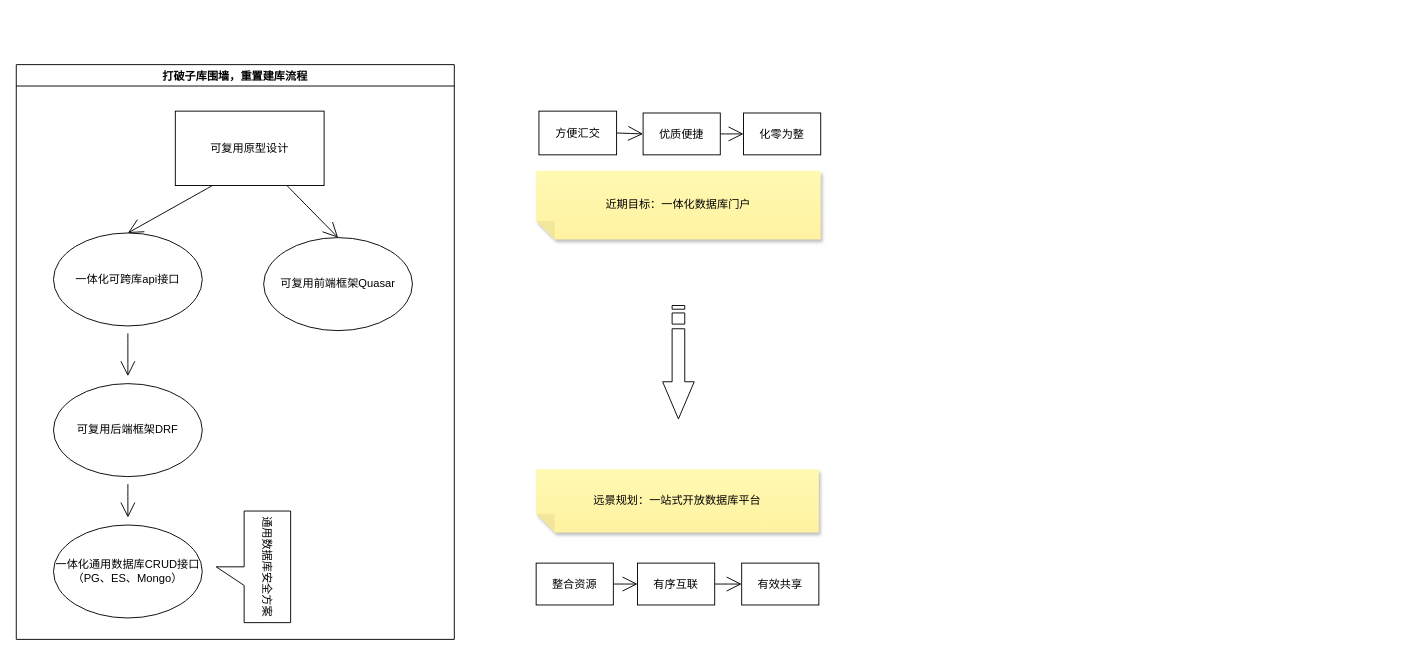
Earlier version of the draw.io diagram Untitled Diagram.drawio (horizon365/LiveWithPython). Source tidied: cells renumbered, new cells numbered last; positions are measured from the earlier drawing's top-left corner, leaving out a move shared by most shapes. Both pictures are drawn from the tidied source at 93%, with x=0, y=0 at pixel (16, 64).
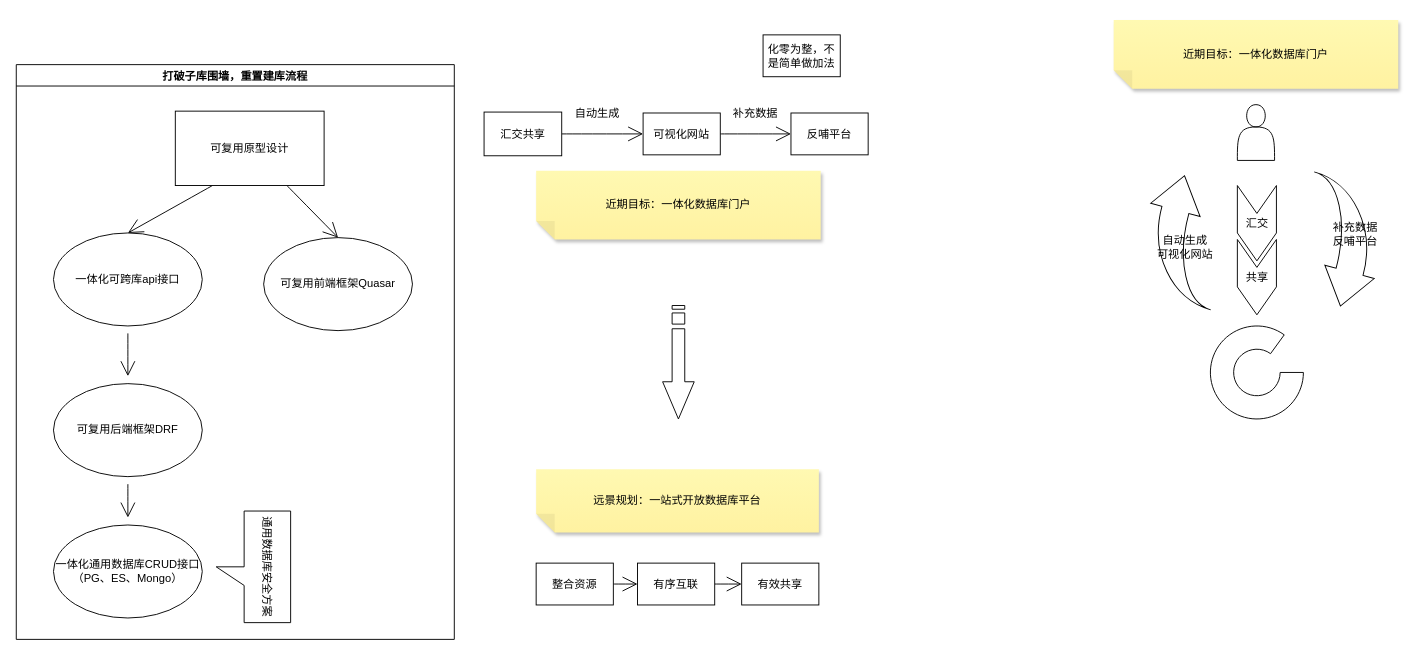
After the change.

The edit, as a diff of the source:
```diff
@@
-    <mxCell id="18" value="化零为整" style="rounded=0;whiteSpace=wrap;html=1;hachureGap=4;" parent="1" vertex="1">
-      <mxGeometry x="782" y="52" width="83" height="45" as="geometry" />
+    <mxCell id="18" value="反哺平台" style="rounded=0;whiteSpace=wrap;html=1;hachureGap=4;" parent="1" vertex="1">
+      <mxGeometry x="833" y="52" width="83" height="45" as="geometry" />
     </mxCell>
@@
-    <mxCell id="20" value="方便汇交" style="rounded=0;whiteSpace=wrap;html=1;hachureGap=4;" parent="1" vertex="1">
-      <mxGeometry x="562" y="50" width="83.5" height="47" as="geometry" />
+    <mxCell id="20" value="汇交共享" style="rounded=0;whiteSpace=wrap;html=1;hachureGap=4;" parent="1" vertex="1">
+      <mxGeometry x="503" y="51" width="83.5" height="47" as="geometry" />
     </mxCell>
@@
-    <mxCell id="22" value="优质便捷" style="rounded=0;whiteSpace=wrap;html=1;hachureGap=4;" parent="1" vertex="1">
+    <mxCell id="22" value="可视化网站" style="rounded=0;whiteSpace=wrap;html=1;hachureGap=4;" parent="1" vertex="1">
       <mxGeometry x="674" y="52" width="83" height="45" as="geometry" />
     </mxCell>
@@
+    <mxCell id="26" value="自动生成" style="text;strokeColor=none;fillColor=none;html=1;align=center;verticalAlign=middle;whiteSpace=wrap;rounded=0;hachureGap=4;" parent="1" vertex="1">
+      <mxGeometry x="595" y="38" width="60" height="30" as="geometry" />
+    </mxCell>
+    <mxCell id="27" value="化零为整，不是简单做加法" style="rounded=0;whiteSpace=wrap;html=1;hachureGap=4;" parent="1" vertex="1">
+      <mxGeometry x="803" y="-32" width="83" height="45" as="geometry" />
+    </mxCell>
+    <mxCell id="28" value="补充数据" style="text;strokeColor=none;fillColor=none;html=1;align=center;verticalAlign=middle;whiteSpace=wrap;rounded=0;hachureGap=4;" parent="1" vertex="1">
+      <mxGeometry x="765" y="38" width="60" height="30" as="geometry" />
+    </mxCell>
+    <mxCell id="29" style="shape=actor;whiteSpace=wrap;html=1;hachureGap=4;" parent="1" vertex="1">
+      <mxGeometry x="1313" y="43" width="40" height="60" as="geometry" />
+    </mxCell>
+    <mxCell id="30" style="verticalLabelPosition=bottom;verticalAlign=top;html=1;shape=mxgraph.basic.partConcEllipse;startAngle=0.25;endAngle=0.1;arcWidth=0.5;hachureGap=4;" parent="1" vertex="1">
+      <mxGeometry x="1284" y="281" width="100" height="100" as="geometry" />
+    </mxCell>
+    <mxCell id="31" style="html=1;shadow=0;dashed=0;align=center;verticalAlign=middle;shape=mxgraph.arrows2.jumpInArrow;dy=15;dx=38;arrowHead=55;hachureGap=4;rotation=105;direction=east;" parent="1" vertex="1">
+      <mxGeometry x="1357" y="145" width="132" height="92" as="geometry" />
+    </mxCell>
+    <mxCell id="32" style="html=1;shadow=0;dashed=0;align=center;verticalAlign=middle;shape=mxgraph.arrows2.jumpInArrow;dy=15;dx=38;arrowHead=55;hachureGap=4;rotation=105;direction=west;" parent="1" vertex="1">
+      <mxGeometry x="1191" y="142" width="132" height="92" as="geometry" />
+    </mxCell>
+    <mxCell id="33" value="补充数据&lt;br&gt;&lt;div&gt;反哺平台&lt;/div&gt;" style="text;strokeColor=none;fillColor=none;html=1;align=center;verticalAlign=middle;whiteSpace=wrap;rounded=0;hachureGap=4;" parent="1" vertex="1">
+      <mxGeometry x="1410" y="167" width="60" height="30" as="geometry" />
+    </mxCell>
+    <mxCell id="34" value="自动生成&lt;br&gt;&lt;div&gt;可视化网站&lt;/div&gt;" style="text;strokeColor=none;fillColor=none;html=1;align=center;verticalAlign=middle;whiteSpace=wrap;rounded=0;hachureGap=4;" parent="1" vertex="1">
+      <mxGeometry x="1219" y="181" width="76" height="30" as="geometry" />
+    </mxCell>
+    <mxCell id="35" value="汇交" style="html=1;shadow=0;dashed=0;align=center;verticalAlign=middle;shape=mxgraph.arrows2.arrow;dy=0;dx=30;notch=30;hachureGap=4;direction=south;" parent="1" vertex="1">
+      <mxGeometry x="1313" y="130" width="42" height="81" as="geometry" />
+    </mxCell>
+    <mxCell id="36" value="共享" style="html=1;shadow=0;dashed=0;align=center;verticalAlign=middle;shape=mxgraph.arrows2.arrow;dy=0;dx=30;notch=30;hachureGap=4;direction=south;" parent="1" vertex="1">
+      <mxGeometry x="1313" y="188" width="42" height="81" as="geometry" />
+    </mxCell>
+    <mxCell id="37" value="近期目标：一体化数据库门户" style="shape=note;whiteSpace=wrap;html=1;backgroundOutline=1;fontColor=#000000;darkOpacity=0.05;fillColor=#FFF9B2;strokeColor=none;fillStyle=solid;direction=west;gradientDirection=north;gradientColor=#FFF2A1;shadow=1;size=20;hachureGap=4;" parent="1" vertex="1">
+      <mxGeometry x="1180" y="-48" width="306" height="74" as="geometry" />
+    </mxCell>
```
